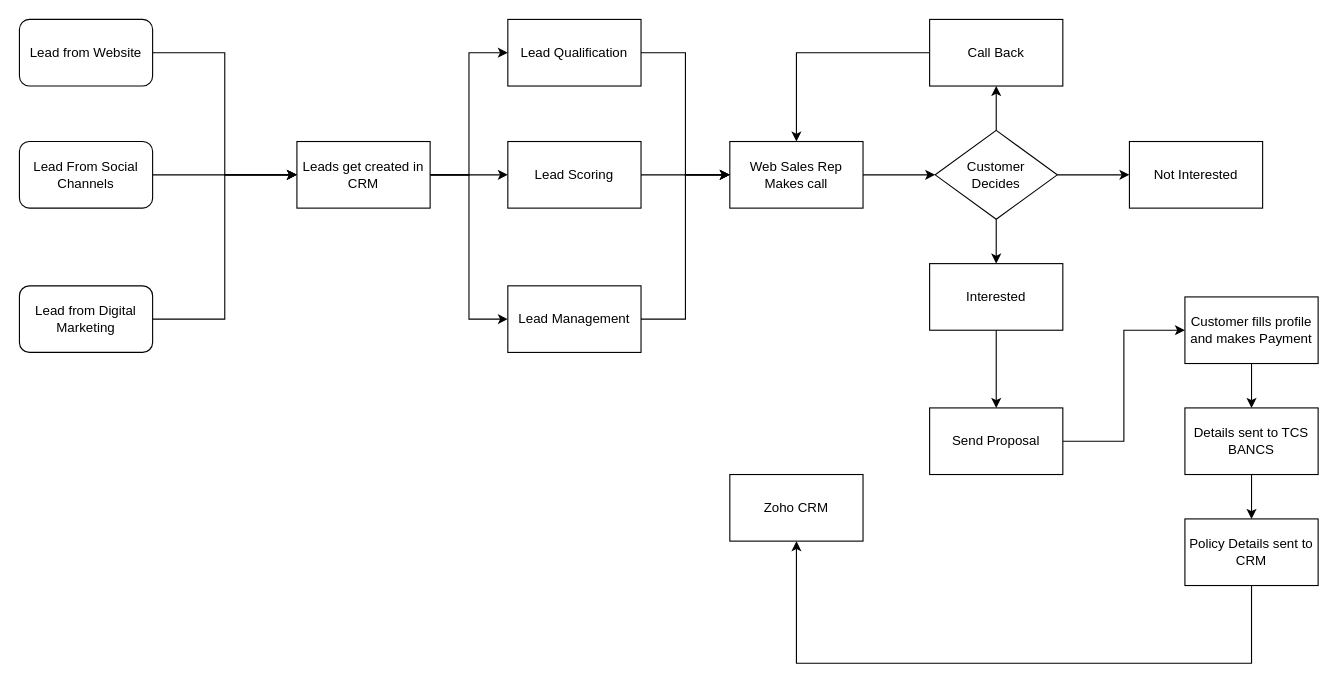
Before: Process Flow - Web Sales.drawio in shaileshsreedar/Galaxy, a draw.io diagram. Source tidied: cells renumbered, new cells numbered last; positions are measured from the earlier drawing's top-left corner, leaving out a move shared by most shapes. Both pictures are drawn from the tidied source at 111%, with x=0, y=0 at pixel (19, 19).
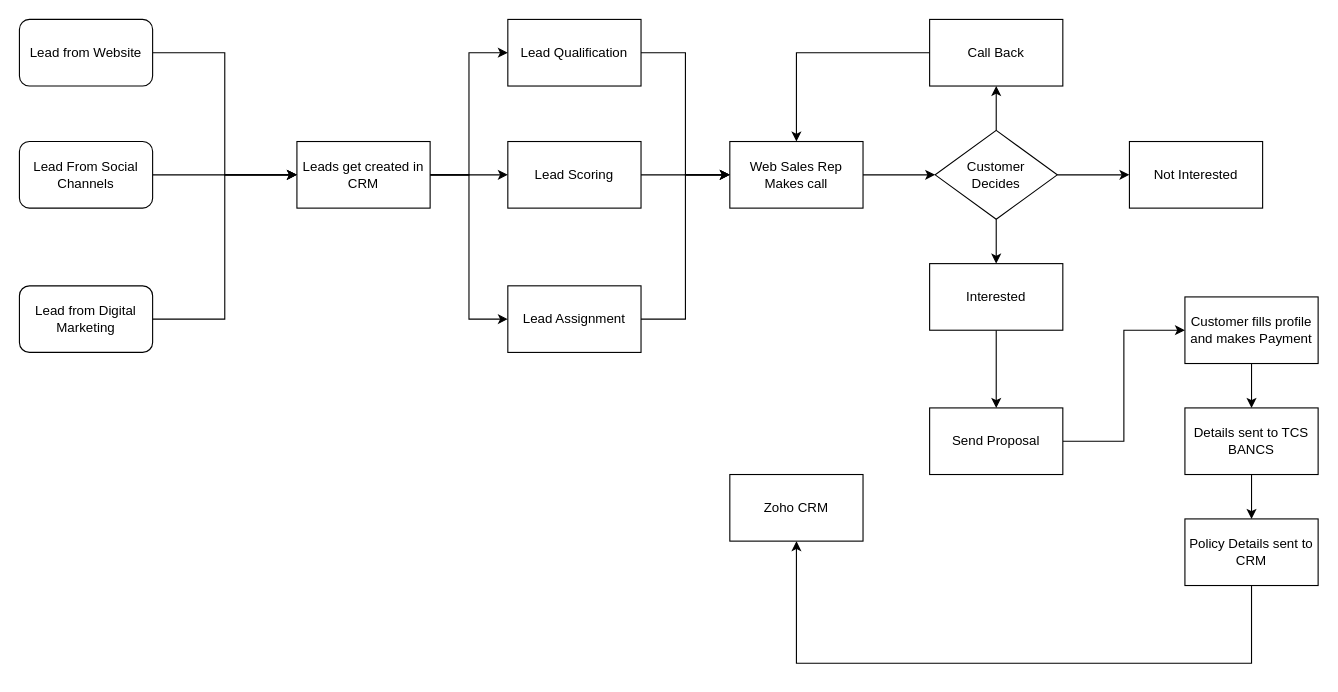
Above is the later version.

Diff of the diagram source:
```diff
@@
-    <mxCell id="20" value="Lead Management" style="rounded=0;whiteSpace=wrap;html=1;" parent="1" vertex="1">
+    <mxCell id="20" value="Lead Assignment" style="rounded=0;whiteSpace=wrap;html=1;" parent="1" vertex="1">
       <mxGeometry x="440" y="240" width="120" height="60" as="geometry" />
     </mxCell>
```
